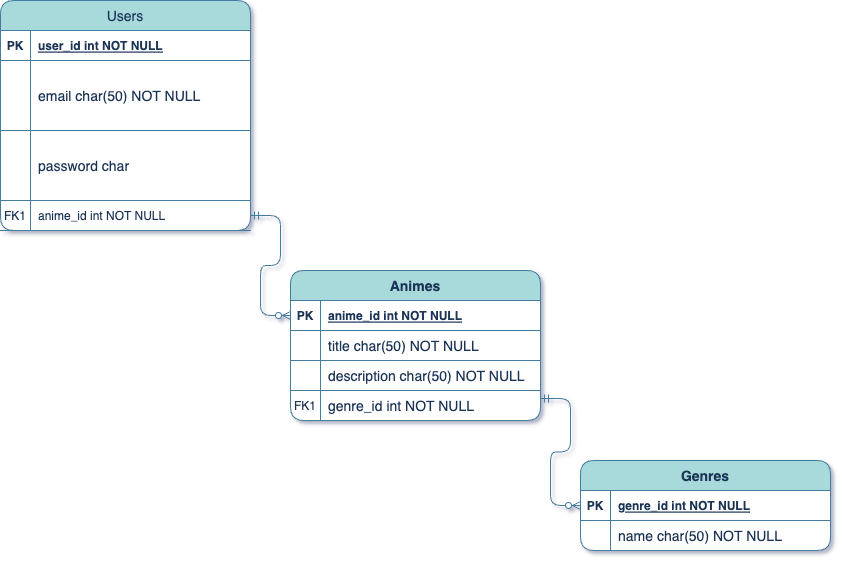
t-hendricks/anime-spring-boot-api keeps this draw.io diagram as images/favAnime-ERD.png. Above is the earlier version. Source tidied: cells renumbered, new cells last; positions are measured from the earlier drawing's top-left corner, leaving out a move shared by most shapes.
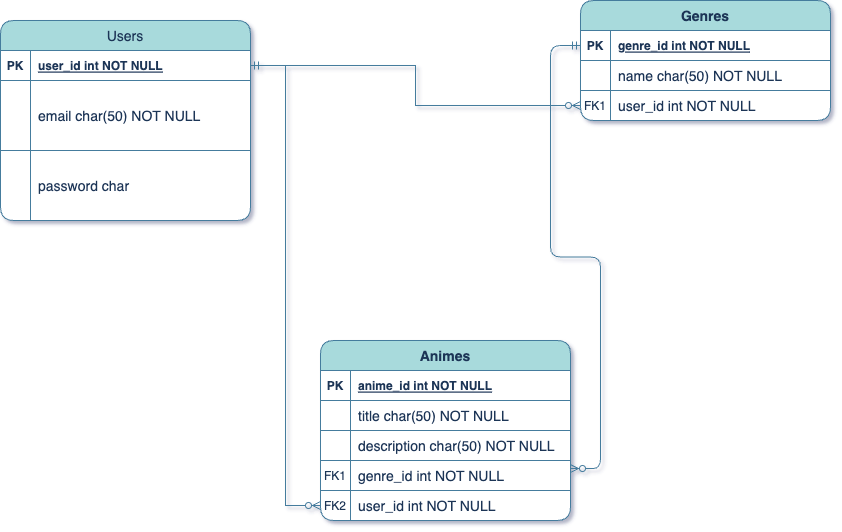
The same file after the commit.

The edit, as a diff of the source:
```diff
@@ -2,11 +2,11 @@
   <root>
     <mxCell id="0" />
     <mxCell id="1" parent="0" />
-    <mxCell id="2" style="edgeStyle=entityRelationEdgeStyle;endArrow=ERzeroToMany;startArrow=ERmandOne;endFill=1;startFill=0;rounded=1;labelBackgroundColor=none;strokeColor=#457B9D;fontColor=default;entryX=0;entryY=0.5;entryDx=0;entryDy=0;exitX=1;exitY=0.5;exitDx=0;exitDy=0;" parent="1" edge="1" source="33" target="4">
+    <mxCell id="2" style="edgeStyle=entityRelationEdgeStyle;endArrow=ERzeroToMany;startArrow=ERmandOne;endFill=1;startFill=0;rounded=1;labelBackgroundColor=none;strokeColor=#457B9D;fontColor=default;entryX=0;entryY=0.5;entryDx=0;entryDy=0;exitX=1;exitY=0.5;exitDx=0;exitDy=0;" parent="1" edge="1" source="x" target="4">
       <mxGeometry relative="1" as="geometry" />
     </mxCell>
     <mxCell id="3" value="Animes" style="shape=table;startSize=30;rowLines=1;fontStyle=1;align=center;fontSize=14;fillColor=#A8DADC;strokeColor=#457B9D;swimlaneFillColor=default;rounded=1;labelBackgroundColor=none;fontColor=#1D3557;" parent="1" vertex="1">
-      <mxGeometry x="290" y="270" width="250" height="150" as="geometry" />
+      <mxGeometry x="320" y="320" width="250" height="180" as="geometry" />
     </mxCell>
     <mxCell id="4" style="shape=partialRectangle;fillColor=none;points=[[0,0.5],[1,0.5]];portConstraint=eastwest;top=0;left=0;right=0;bottom=1;rounded=1;labelBackgroundColor=none;strokeColor=#457B9D;fontColor=#1D3557;" parent="3" vertex="1">
       <mxGeometry y="30" width="250" height="30" as="geometry" />
@@ -44,8 +44,17 @@
     <mxCell id="15" value="genre_id int NOT NULL" style="shape=partialRectangle;overflow=hidden;fillColor=none;top=0;left=0;bottom=0;right=0;align=left;spacingLeft=6;fontSize=14;rounded=1;labelBackgroundColor=none;strokeColor=#457B9D;fontColor=#1D3557;" parent="13" vertex="1">
       <mxGeometry x="30" width="220" height="30" as="geometry" />
     </mxCell>
+    <mxCell id="37" style="shape=partialRectangle;fillColor=none;points=[[0,0.5],[1,0.5]];portConstraint=eastwest;top=0;left=0;right=0;bottom=0;rounded=1;labelBackgroundColor=none;strokeColor=#457B9D;fontColor=#1D3557;" parent="3" vertex="1">
+      <mxGeometry y="150" width="250" height="30" as="geometry" />
+    </mxCell>
+    <mxCell id="38" value="FK2" style="shape=partialRectangle;overflow=hidden;fillColor=none;top=0;left=0;bottom=0;right=0;rounded=1;labelBackgroundColor=none;strokeColor=#457B9D;fontColor=#1D3557;" parent="37" vertex="1">
+      <mxGeometry width="30" height="30" as="geometry" />
+    </mxCell>
+    <mxCell id="39" value="user_id int NOT NULL" style="shape=partialRectangle;overflow=hidden;fillColor=none;top=0;left=0;bottom=0;right=0;align=left;spacingLeft=6;fontSize=14;rounded=1;labelBackgroundColor=none;strokeColor=#457B9D;fontColor=#1D3557;" parent="37" vertex="1">
+      <mxGeometry x="30" width="220" height="30" as="geometry" />
+    </mxCell>
     <mxCell id="16" value="Genres" style="shape=table;startSize=30;rowLines=1;fontStyle=1;align=center;fontSize=14;swimlaneFillColor=default;fillColor=#A8DADC;strokeColor=#457B9D;rounded=1;labelBackgroundColor=none;fontColor=#1D3557;" parent="1" vertex="1">
-      <mxGeometry x="580" y="460" width="250" height="90" as="geometry" />
+      <mxGeometry x="580" y="-20" width="250" height="120" as="geometry" />
     </mxCell>
     <mxCell id="17" style="shape=partialRectangle;fillColor=none;points=[[0,0.5],[1,0.5]];portConstraint=eastwest;top=0;left=0;right=0;bottom=1;rounded=1;labelBackgroundColor=none;strokeColor=#457B9D;fontColor=#1D3557;" parent="16" vertex="1">
       <mxGeometry y="30" width="250" height="30" as="geometry" />
@@ -65,8 +74,17 @@
     <mxCell id="22" value="name char(50) NOT NULL" style="shape=partialRectangle;overflow=hidden;fillColor=none;top=0;left=0;bottom=0;right=0;align=left;spacingLeft=6;fontSize=14;rounded=1;labelBackgroundColor=none;strokeColor=#457B9D;fontColor=#1D3557;" parent="20" vertex="1">
       <mxGeometry x="30" width="220" height="30" as="geometry" />
     </mxCell>
+    <mxCell id="40" style="shape=partialRectangle;fillColor=none;points=[[0,0.5],[1,0.5]];portConstraint=eastwest;top=0;left=0;right=0;bottom=0;rounded=1;labelBackgroundColor=none;strokeColor=#457B9D;fontColor=#1D3557;" parent="16" vertex="1">
+      <mxGeometry y="90" width="250" height="30" as="geometry" />
+    </mxCell>
+    <mxCell id="34" value="FK1" style="shape=partialRectangle;overflow=hidden;fillColor=none;top=0;left=0;bottom=0;right=0;rounded=1;labelBackgroundColor=none;strokeColor=#457B9D;fontColor=#1D3557;" parent="40" vertex="1">
+      <mxGeometry width="30" height="30" as="geometry" />
+    </mxCell>
+    <mxCell id="41" value="user_id int NOT NULL" style="shape=partialRectangle;overflow=hidden;fillColor=none;top=0;left=0;bottom=0;right=0;align=left;spacingLeft=6;fontSize=14;rounded=1;labelBackgroundColor=none;strokeColor=#457B9D;fontColor=#1D3557;" parent="40" vertex="1">
+      <mxGeometry x="30" width="220" height="30" as="geometry" />
+    </mxCell>
     <mxCell id="23" value="Users" style="shape=table;startSize=30;rowLines=1;fontStyle=0;align=center;fontSize=14;fillColor=#A8DADC;strokeColor=#457B9D;swimlaneFillColor=default;rounded=1;labelBackgroundColor=none;fontColor=#1D3557;" parent="1" vertex="1">
-      <mxGeometry width="250" height="230" as="geometry" />
+      <mxGeometry width="250" height="200" as="geometry" />
     </mxCell>
     <mxCell id="24" style="shape=partialRectangle;fillColor=none;points=[[0,0.5],[1,0.5]];portConstraint=eastwest;top=0;left=0;right=0;bottom=1;rounded=1;labelBackgroundColor=none;strokeColor=#457B9D;fontColor=#1D3557;" parent="23" vertex="1">
       <mxGeometry y="30" width="250" height="30" as="geometry" />
@@ -95,19 +113,14 @@
     <mxCell id="32" value="password char" style="shape=partialRectangle;overflow=hidden;fillColor=none;top=0;left=0;bottom=0;right=0;align=left;spacingLeft=6;fontSize=14;rounded=1;labelBackgroundColor=none;strokeColor=#457B9D;fontColor=#1D3557;" parent="30" vertex="1">
       <mxGeometry x="30" width="220" height="70" as="geometry" />
     </mxCell>
-    <mxCell id="33" style="shape=partialRectangle;fillColor=none;points=[[0,0.5],[1,0.5]];portConstraint=eastwest;top=0;left=0;right=0;bottom=1;rounded=1;labelBackgroundColor=none;strokeColor=#457B9D;fontColor=#1D3557;" parent="23" vertex="1">
-      <mxGeometry y="200" width="250" height="30" as="geometry" />
-    </mxCell>
-    <mxCell id="34" value="FK1" style="shape=partialRectangle;overflow=hidden;fillColor=none;top=0;left=0;bottom=0;right=0;fontStyle=0;rounded=1;labelBackgroundColor=none;strokeColor=#457B9D;fontColor=#1D3557;" parent="33" vertex="1">
-      <mxGeometry width="30" height="30" as="geometry" />
-    </mxCell>
-    <mxCell id="35" value="anime_id int NOT NULL" style="shape=partialRectangle;overflow=hidden;fillColor=none;top=0;left=0;bottom=0;right=0;align=left;spacingLeft=6;fontStyle=0;rounded=1;labelBackgroundColor=none;strokeColor=#457B9D;fontColor=#1D3557;" parent="33" vertex="1">
-      <mxGeometry x="30" width="220" height="30" as="geometry" />
-    </mxCell>
-    <mxCell id="36" style="edgeStyle=entityRelationEdgeStyle;fontSize=12;html=1;endArrow=ERzeroToMany;startArrow=ERmandOne;rounded=1;labelBackgroundColor=none;strokeColor=#457B9D;fontColor=default;exitX=1;exitY=0.267;exitDx=0;exitDy=0;exitPerimeter=0;" parent="1" edge="1" source="13">
-      <mxGeometry relative="1" as="geometry">
-        <mxPoint x="580" y="505" as="targetPoint" />
-      </mxGeometry>
+    <mxCell id="36" style="edgeStyle=entityRelationEdgeStyle;fontSize=12;html=1;endArrow=ERmandOne;startArrow=ERzeroToMany;rounded=1;labelBackgroundColor=none;strokeColor=#457B9D;fontColor=default;exitX=1;exitY=0.267;exitDx=0;exitDy=0;exitPerimeter=0;entryX=0;entryY=0.5;entryDx=0;entryDy=0;startFill=0;endFill=0;" parent="1" edge="1" source="13" target="17">
+      <mxGeometry relative="1" as="geometry" />
     </mxCell>
+    <mxCell id="42" style="edgeStyle=orthogonalEdgeStyle;rounded=0;jettySize=auto;html=1;exitX=1;exitY=0.5;exitDx=0;exitDy=0;strokeColor=#457B9D;fontColor=#1D3557;fillColor=#A8DADC;startArrow=ERmandOne;startFill=0;endArrow=ERzeroToMany;endFill=0;" parent="1" edge="1" source="24" target="40">
+      <mxGeometry relative="1" as="geometry" />
+    </mxCell>
+    <mxCell id="43" style="edgeStyle=orthogonalEdgeStyle;rounded=0;jettySize=auto;html=1;exitX=1;exitY=0.5;exitDx=0;exitDy=0;strokeColor=#457B9D;fontColor=#1D3557;fillColor=#A8DADC;entryX=0;entryY=0.5;entryDx=0;entryDy=0;startArrow=ERmandOne;startFill=0;endArrow=ERzeroToMany;endFill=0;" parent="1" edge="1" source="24" target="37">
+      <mxGeometry relative="1" as="geometry" />
+    </mxCell>
   </root>
 </mxGraphModel>
```
